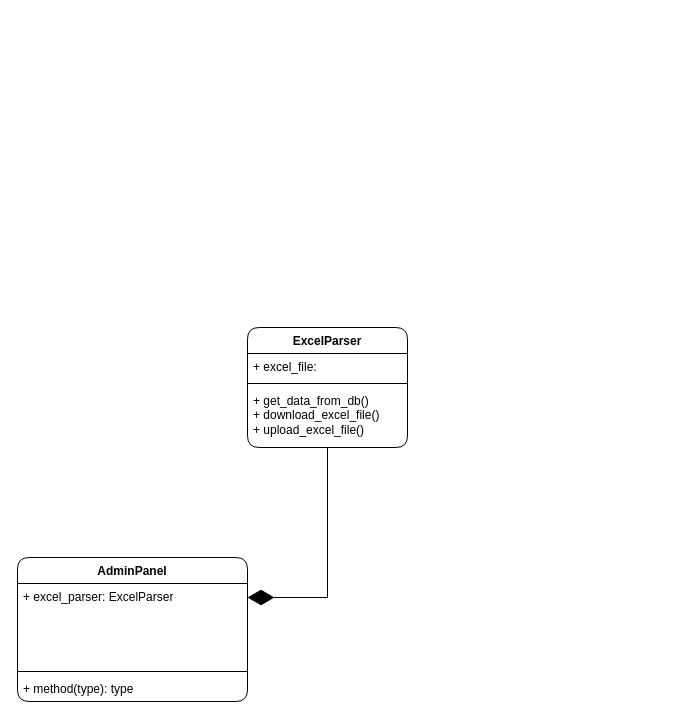
gderpy/pantry_nytva_bot keeps this draw.io diagram as pantry_59_bot.drawio. Above is the earlier version. Source tidied: cells renumbered, new cells numbered last; positions are measured from the earlier drawing's top-left corner, leaving out a move shared by most shapes. Both pictures are drawn from the tidied source at 100%, with x=0, y=0 at pixel (17, 327).
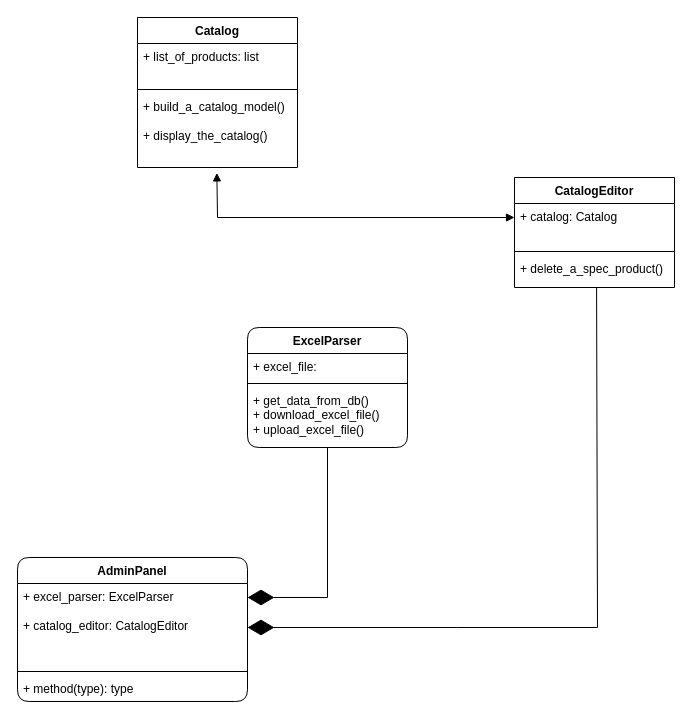
The same diagram, later.

Commit message:
Добавили несколько зависимостей.drawio

The change refers to these unchanged cells:
```xml
<mxCell id="2" value="AdminPanel" style="swimlane;fontStyle=1;align=center;verticalAlign=top;horizontal=1;startSize=26;whiteSpace=wrap;html=1;rounded=1;" parent="1" vertex="1">
  <mxGeometry y="230" width="230" height="144" as="geometry" />
</mxCell>
```

What changed in the source:
```diff
@@
-    <mxCell id="3" value="+ excel_parser: ExcelParser" style="text;strokeColor=none;fillColor=none;align=left;verticalAlign=top;spacingLeft=4;spacingRight=4;overflow=hidden;whiteSpace=wrap;html=1;" parent="2" vertex="1">
+    <mxCell id="3" value="+ excel_parser: ExcelParser&lt;br&gt;&lt;br&gt;+ catalog_editor: CatalogEditor" style="text;strokeColor=none;fillColor=none;align=left;verticalAlign=top;spacingLeft=4;spacingRight=4;overflow=hidden;whiteSpace=wrap;html=1;" parent="2" vertex="1">
       <mxGeometry y="26" width="230" height="84" as="geometry" />
     </mxCell>
@@
+    <mxCell id="11" style="endArrow=diamondThin;endFill=1;endSize=24;html=1;rounded=0;exitX=0.513;exitY=1;exitDx=0;exitDy=0;exitPerimeter=0;" parent="1" edge="1" source="15">
+      <mxGeometry relative="1" as="geometry">
+        <mxPoint x="230" y="300" as="targetPoint" />
+        <Array as="points">
+          <mxPoint x="580" y="300" />
+          <mxPoint x="440" y="300" />
+        </Array>
+      </mxGeometry>
+    </mxCell>
+    <mxCell id="12" value="CatalogEditor" style="swimlane;fontStyle=1;align=center;verticalAlign=top;horizontal=1;startSize=26;whiteSpace=wrap;html=1;" parent="1" vertex="1">
+      <mxGeometry x="497" y="-150" width="160" height="110" as="geometry" />
+    </mxCell>
+    <mxCell id="13" value="+ catalog: Catalog&amp;nbsp;" style="text;strokeColor=none;fillColor=none;align=left;verticalAlign=top;spacingLeft=4;spacingRight=4;overflow=hidden;whiteSpace=wrap;html=1;" parent="12" vertex="1">
+      <mxGeometry y="26" width="160" height="44" as="geometry" />
+    </mxCell>
+    <mxCell id="14" style="line;strokeWidth=1;fillColor=none;align=left;verticalAlign=middle;spacingTop=-1;spacingLeft=3;spacingRight=3;labelPosition=right;strokeColor=inherit;" parent="12" vertex="1">
+      <mxGeometry y="70" width="160" height="8" as="geometry" />
+    </mxCell>
+    <mxCell id="15" value="+ delete_a_spec_product()&amp;nbsp;" style="text;strokeColor=none;fillColor=none;align=left;verticalAlign=top;spacingLeft=4;spacingRight=4;overflow=hidden;points=[[0,0.5],[1,0.5]];portConstraint=eastwest;whiteSpace=wrap;html=1;" parent="12" vertex="1">
+      <mxGeometry y="78" width="160" height="32" as="geometry" />
+    </mxCell>
+    <mxCell id="16" style="endArrow=block;startArrow=block;endFill=1;startFill=1;html=1;rounded=0;exitX=0.496;exitY=1.073;exitDx=0;exitDy=0;exitPerimeter=0;" parent="1" edge="1" source="20">
+      <mxGeometry relative="1" as="geometry">
+        <mxPoint x="497" y="-110" as="targetPoint" />
+        <Array as="points">
+          <mxPoint x="200" y="-110" />
+        </Array>
+      </mxGeometry>
+    </mxCell>
+    <mxCell id="17" value="Catalog" style="swimlane;fontStyle=1;align=center;verticalAlign=top;horizontal=1;startSize=26;whiteSpace=wrap;html=1;" parent="1" vertex="1">
+      <mxGeometry x="120" y="-310" width="160" height="150" as="geometry" />
+    </mxCell>
+    <mxCell id="18" value="+ list_of_products: list" style="text;strokeColor=none;fillColor=none;align=left;verticalAlign=top;spacingLeft=4;spacingRight=4;overflow=hidden;whiteSpace=wrap;html=1;" parent="17" vertex="1">
+      <mxGeometry y="26" width="160" height="42" as="geometry" />
+    </mxCell>
+    <mxCell id="19" style="line;strokeWidth=1;fillColor=none;align=left;verticalAlign=middle;spacingTop=-1;spacingLeft=3;spacingRight=3;labelPosition=right;strokeColor=inherit;" parent="17" vertex="1">
+      <mxGeometry y="68" width="160" height="8" as="geometry" />
+    </mxCell>
+    <mxCell id="20" value="+ build_a_catalog_model()&lt;br&gt;&lt;br&gt;+ display_the_catalog()" style="text;strokeColor=none;fillColor=none;align=left;verticalAlign=top;spacingLeft=4;spacingRight=4;overflow=hidden;points=[[0,0.5],[1,0.5]];portConstraint=eastwest;whiteSpace=wrap;html=1;" parent="17" vertex="1">
+      <mxGeometry y="76" width="160" height="74" as="geometry" />
+    </mxCell>
```
